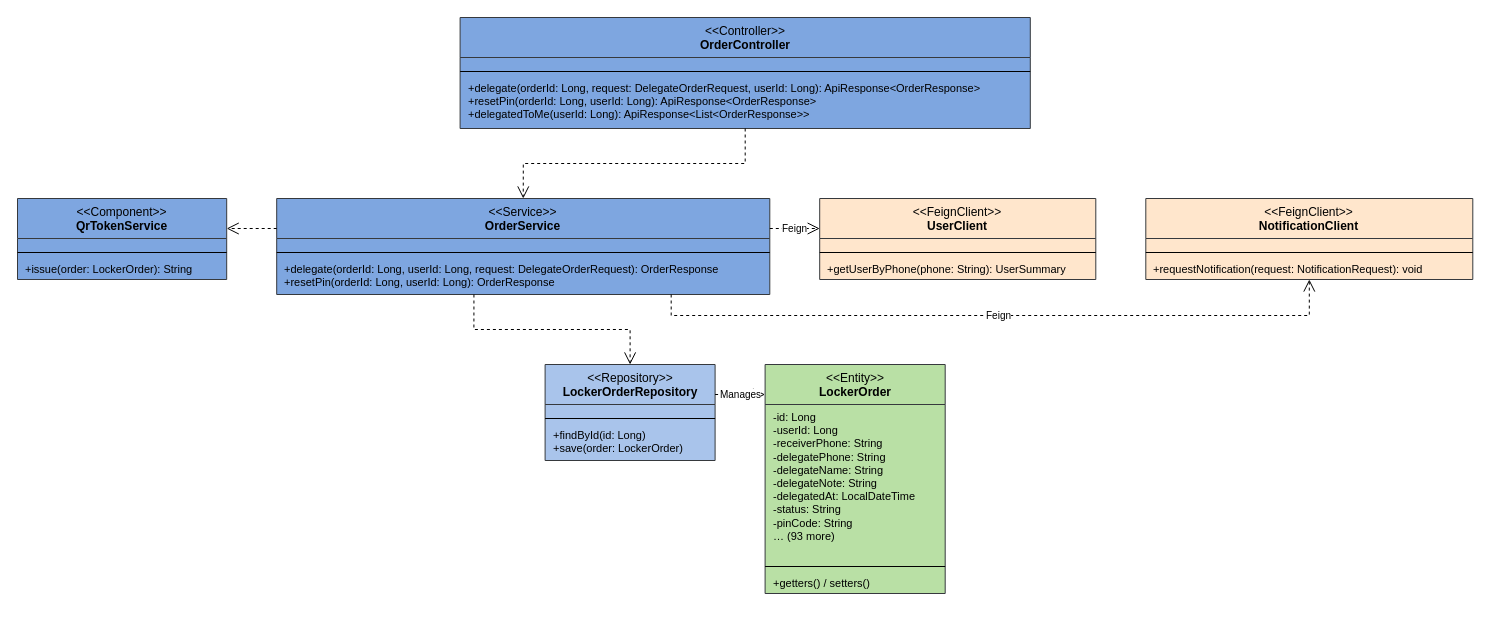
Before: rp4/sdd-assets/drawio/cls_delegate.drawio in LockR-Tech/docs, a draw.io diagram. Source tidied: cells renumbered, new cells numbered last; positions are measured from the earlier drawing's top-left corner, leaving out a move shared by most shapes. Both pictures are drawn from the tidied source at 100%, with x=0, y=0 at pixel (17, 17).
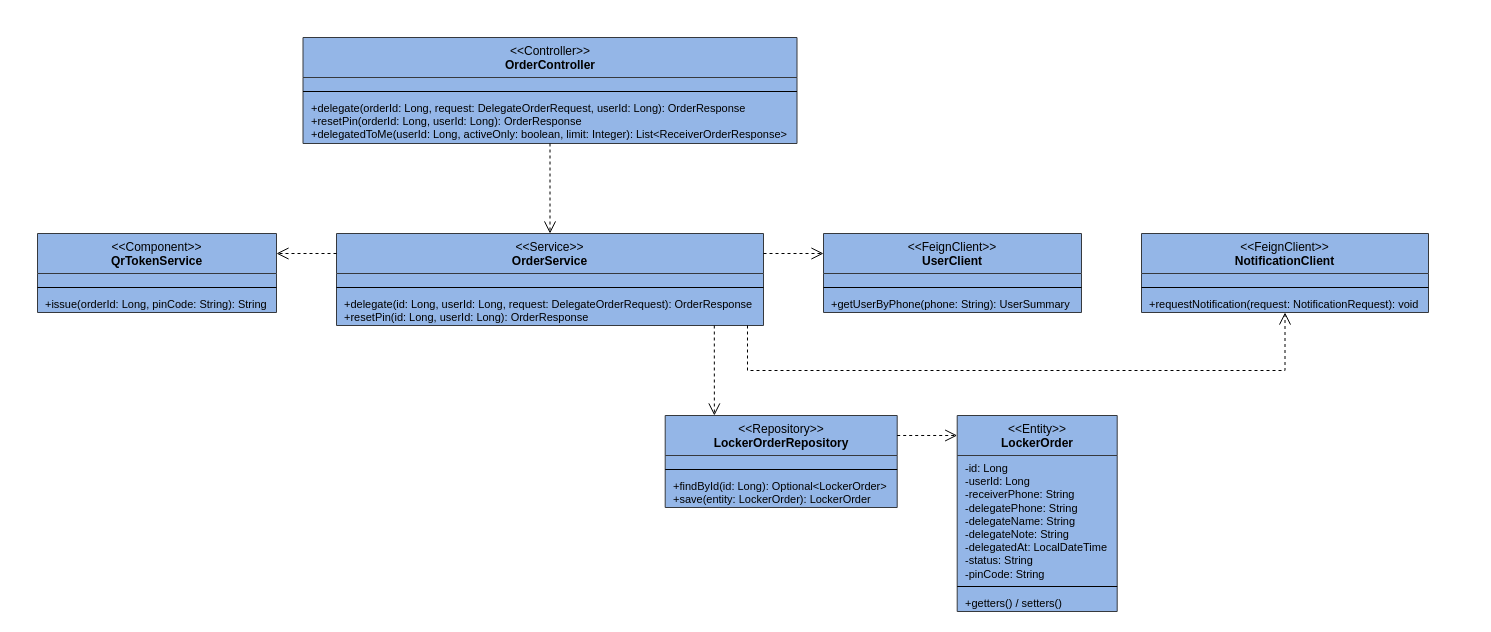
The same page after the edit.

What changed in the source:
```diff
@@
-    <mxCell id="2" value="&amp;lt;&amp;lt;Controller&amp;gt;&amp;gt;&lt;br&gt;&lt;b&gt;OrderController&lt;/b&gt;" style="swimlane;fontStyle=0;align=center;verticalAlign=top;horizontal=1;startSize=40;html=1;whiteSpace=wrap;fillColor=#7EA6E0;swimlaneFillColor=#7EA6E0;strokeColor=#36393d;fontSize=12;" parent="1" vertex="1">
-      <mxGeometry x="442.6" width="570.2" height="111" as="geometry" />
+    <mxCell id="2" value="&amp;lt;&amp;lt;Controller&amp;gt;&amp;gt;&lt;br&gt;&lt;b&gt;OrderController&lt;/b&gt;" style="swimlane;fontStyle=0;align=center;verticalAlign=top;horizontal=1;startSize=40;html=1;whiteSpace=wrap;fillColor=#94B6E7;swimlaneFillColor=#94B6E7;strokeColor=#36393d;fontSize=12;" parent="1" vertex="1">
+      <mxGeometry x="285.5" y="20" width="494" height="106" as="geometry" />
     </mxCell>
     <mxCell id="3" style="text;strokeColor=none;fillColor=none;align=left;verticalAlign=top;spacingLeft=6;spacingRight=4;overflow=hidden;html=1;whiteSpace=nowrap;fontSize=11;" parent="2" vertex="1">
-      <mxGeometry y="40" width="570.2" height="10" as="geometry" />
+      <mxGeometry y="40" width="494" height="10" as="geometry" />
     </mxCell>
     <mxCell id="4" style="line;strokeWidth=1;fillColor=none;align=left;verticalAlign=middle;spacingTop=-1;spacingLeft=3;spacingRight=3;labelPosition=right;" parent="2" vertex="1">
-      <mxGeometry y="50" width="570.2" height="8" as="geometry" />
+      <mxGeometry y="50" width="494" height="8" as="geometry" />
     </mxCell>
-    <mxCell id="5" value="+delegate(orderId: Long, request: DelegateOrderRequest, userId: Long): ApiResponse&amp;lt;OrderResponse&amp;gt;&lt;br&gt;+resetPin(orderId: Long, userId: Long): ApiResponse&amp;lt;OrderResponse&amp;gt;&lt;br&gt;+delegatedToMe(userId: Long): ApiResponse&amp;lt;List&amp;lt;OrderResponse&amp;gt;&amp;gt;" style="text;strokeColor=none;fillColor=none;align=left;verticalAlign=top;spacingLeft=6;spacingRight=4;overflow=hidden;html=1;whiteSpace=nowrap;fontSize=11;" parent="2" vertex="1">
-      <mxGeometry y="58" width="570.2" height="53" as="geometry" />
+    <mxCell id="5" value="+delegate(orderId: Long, request: DelegateOrderRequest, userId: Long): OrderResponse&lt;br&gt;+resetPin(orderId: Long, userId: Long): OrderResponse&lt;br&gt;+delegatedToMe(userId: Long, activeOnly: boolean, limit: Integer): List&amp;lt;ReceiverOrderResponse&amp;gt;" style="text;strokeColor=none;fillColor=none;align=left;verticalAlign=top;spacingLeft=6;spacingRight=4;overflow=hidden;html=1;whiteSpace=nowrap;fontSize=11;" parent="2" vertex="1">
+      <mxGeometry y="58" width="494" height="48" as="geometry" />
     </mxCell>
-    <mxCell id="6" value="&amp;lt;&amp;lt;Component&amp;gt;&amp;gt;&lt;br&gt;&lt;b&gt;QrTokenService&lt;/b&gt;" style="swimlane;fontStyle=0;align=center;verticalAlign=top;horizontal=1;startSize=40;html=1;whiteSpace=wrap;fillColor=#7EA6E0;swimlaneFillColor=#7EA6E0;strokeColor=#36393d;fontSize=12;" parent="1" vertex="1">
-      <mxGeometry y="181" width="209.2" height="81" as="geometry" />
+    <mxCell id="6" value="&amp;lt;&amp;lt;Component&amp;gt;&amp;gt;&lt;br&gt;&lt;b&gt;QrTokenService&lt;/b&gt;" style="swimlane;fontStyle=0;align=center;verticalAlign=top;horizontal=1;startSize=40;html=1;whiteSpace=wrap;fillColor=#94B6E7;swimlaneFillColor=#94B6E7;strokeColor=#36393d;fontSize=12;" parent="1" vertex="1">
+      <mxGeometry x="20" y="216" width="239" height="79" as="geometry" />
     </mxCell>
     <mxCell id="7" style="text;strokeColor=none;fillColor=none;align=left;verticalAlign=top;spacingLeft=6;spacingRight=4;overflow=hidden;html=1;whiteSpace=nowrap;fontSize=11;" parent="6" vertex="1">
-      <mxGeometry y="40" width="209.2" height="10" as="geometry" />
+      <mxGeometry y="40" width="239" height="10" as="geometry" />
     </mxCell>
     <mxCell id="8" style="line;strokeWidth=1;fillColor=none;align=left;verticalAlign=middle;spacingTop=-1;spacingLeft=3;spacingRight=3;labelPosition=right;" parent="6" vertex="1">
-      <mxGeometry y="50" width="209.2" height="8" as="geometry" />
+      <mxGeometry y="50" width="239" height="8" as="geometry" />
     </mxCell>
-    <mxCell id="9" value="+issue(order: LockerOrder): String" style="text;strokeColor=none;fillColor=none;align=left;verticalAlign=top;spacingLeft=6;spacingRight=4;overflow=hidden;html=1;whiteSpace=nowrap;fontSize=11;" parent="6" vertex="1">
-      <mxGeometry y="58" width="209.2" height="23" as="geometry" />
+    <mxCell id="9" value="+issue(orderId: Long, pinCode: String): String" style="text;strokeColor=none;fillColor=none;align=left;verticalAlign=top;spacingLeft=6;spacingRight=4;overflow=hidden;html=1;whiteSpace=nowrap;fontSize=11;" parent="6" vertex="1">
+      <mxGeometry y="58" width="239" height="21" as="geometry" />
     </mxCell>
-    <mxCell id="10" value="&amp;lt;&amp;lt;Service&amp;gt;&amp;gt;&lt;br&gt;&lt;b&gt;OrderService&lt;/b&gt;" style="swimlane;fontStyle=0;align=center;verticalAlign=top;horizontal=1;startSize=40;html=1;whiteSpace=wrap;fillColor=#7EA6E0;swimlaneFillColor=#7EA6E0;strokeColor=#36393d;fontSize=12;" parent="1" vertex="1">
-      <mxGeometry x="259.2" y="181" width="493.1" height="96" as="geometry" />
+    <mxCell id="10" value="&amp;lt;&amp;lt;Service&amp;gt;&amp;gt;&lt;br&gt;&lt;b&gt;OrderService&lt;/b&gt;" style="swimlane;fontStyle=0;align=center;verticalAlign=top;horizontal=1;startSize=40;html=1;whiteSpace=wrap;fillColor=#94B6E7;swimlaneFillColor=#94B6E7;strokeColor=#36393d;fontSize=12;" parent="1" vertex="1">
+      <mxGeometry x="319" y="216" width="427" height="92" as="geometry" />
     </mxCell>
     <mxCell id="11" style="text;strokeColor=none;fillColor=none;align=left;verticalAlign=top;spacingLeft=6;spacingRight=4;overflow=hidden;html=1;whiteSpace=nowrap;fontSize=11;" parent="10" vertex="1">
-      <mxGeometry y="40" width="493.1" height="10" as="geometry" />
+      <mxGeometry y="40" width="427" height="10" as="geometry" />
     </mxCell>
     <mxCell id="12" style="line;strokeWidth=1;fillColor=none;align=left;verticalAlign=middle;spacingTop=-1;spacingLeft=3;spacingRight=3;labelPosition=right;" parent="10" vertex="1">
-      <mxGeometry y="50" width="493.1" height="8" as="geometry" />
+      <mxGeometry y="50" width="427" height="8" as="geometry" />
     </mxCell>
-    <mxCell id="13" value="+delegate(orderId: Long, userId: Long, request: DelegateOrderRequest): OrderResponse&lt;br&gt;+resetPin(orderId: Long, userId: Long): OrderResponse" style="text;strokeColor=none;fillColor=none;align=left;verticalAlign=top;spacingLeft=6;spacingRight=4;overflow=hidden;html=1;whiteSpace=nowrap;fontSize=11;" parent="10" vertex="1">
-      <mxGeometry y="58" width="493.1" height="38" as="geometry" />
+    <mxCell id="13" value="+delegate(id: Long, userId: Long, request: DelegateOrderRequest): OrderResponse&lt;br&gt;+resetPin(id: Long, userId: Long): OrderResponse" style="text;strokeColor=none;fillColor=none;align=left;verticalAlign=top;spacingLeft=6;spacingRight=4;overflow=hidden;html=1;whiteSpace=nowrap;fontSize=11;" parent="10" vertex="1">
+      <mxGeometry y="58" width="427" height="34" as="geometry" />
     </mxCell>
-    <mxCell id="14" value="&amp;lt;&amp;lt;FeignClient&amp;gt;&amp;gt;&lt;br&gt;&lt;b&gt;UserClient&lt;/b&gt;" style="swimlane;fontStyle=0;align=center;verticalAlign=top;horizontal=1;startSize=40;html=1;whiteSpace=wrap;fillColor=#FFE6CC;swimlaneFillColor=#FFE6CC;strokeColor=#36393d;fontSize=12;" parent="1" vertex="1">
-      <mxGeometry x="802.2" y="181" width="276.1" height="81" as="geometry" />
+    <mxCell id="14" value="&amp;lt;&amp;lt;FeignClient&amp;gt;&amp;gt;&lt;br&gt;&lt;b&gt;UserClient&lt;/b&gt;" style="swimlane;fontStyle=0;align=center;verticalAlign=top;horizontal=1;startSize=40;html=1;whiteSpace=wrap;fillColor=#94B6E7;swimlaneFillColor=#94B6E7;strokeColor=#36393d;fontSize=12;" parent="1" vertex="1">
+      <mxGeometry x="806" y="216" width="258" height="79" as="geometry" />
     </mxCell>
     <mxCell id="15" style="text;strokeColor=none;fillColor=none;align=left;verticalAlign=top;spacingLeft=6;spacingRight=4;overflow=hidden;html=1;whiteSpace=nowrap;fontSize=11;" parent="14" vertex="1">
-      <mxGeometry y="40" width="276.1" height="10" as="geometry" />
+      <mxGeometry y="40" width="258" height="10" as="geometry" />
     </mxCell>
     <mxCell id="16" style="line;strokeWidth=1;fillColor=none;align=left;verticalAlign=middle;spacingTop=-1;spacingLeft=3;spacingRight=3;labelPosition=right;" parent="14" vertex="1">
-      <mxGeometry y="50" width="276.1" height="8" as="geometry" />
+      <mxGeometry y="50" width="258" height="8" as="geometry" />
     </mxCell>
     <mxCell id="17" value="+getUserByPhone(phone: String): UserSummary" style="text;strokeColor=none;fillColor=none;align=left;verticalAlign=top;spacingLeft=6;spacingRight=4;overflow=hidden;html=1;whiteSpace=nowrap;fontSize=11;" parent="14" vertex="1">
-      <mxGeometry y="58" width="276.1" height="23" as="geometry" />
+      <mxGeometry y="58" width="258" height="21" as="geometry" />
     </mxCell>
-    <mxCell id="18" value="&amp;lt;&amp;lt;FeignClient&amp;gt;&amp;gt;&lt;br&gt;&lt;b&gt;NotificationClient&lt;/b&gt;" style="swimlane;fontStyle=0;align=center;verticalAlign=top;horizontal=1;startSize=40;html=1;whiteSpace=wrap;fillColor=#FFE6CC;swimlaneFillColor=#FFE6CC;strokeColor=#36393d;fontSize=12;" parent="1" vertex="1">
-      <mxGeometry x="1128.3" y="181" width="327" height="81" as="geometry" />
+    <mxCell id="18" value="&amp;lt;&amp;lt;FeignClient&amp;gt;&amp;gt;&lt;br&gt;&lt;b&gt;NotificationClient&lt;/b&gt;" style="swimlane;fontStyle=0;align=center;verticalAlign=top;horizontal=1;startSize=40;html=1;whiteSpace=wrap;fillColor=#94B6E7;swimlaneFillColor=#94B6E7;strokeColor=#36393d;fontSize=12;" parent="1" vertex="1">
+      <mxGeometry x="1124" y="216" width="287" height="79" as="geometry" />
     </mxCell>
     <mxCell id="19" style="text;strokeColor=none;fillColor=none;align=left;verticalAlign=top;spacingLeft=6;spacingRight=4;overflow=hidden;html=1;whiteSpace=nowrap;fontSize=11;" parent="18" vertex="1">
-      <mxGeometry y="40" width="327" height="10" as="geometry" />
+      <mxGeometry y="40" width="287" height="10" as="geometry" />
     </mxCell>
     <mxCell id="20" style="line;strokeWidth=1;fillColor=none;align=left;verticalAlign=middle;spacingTop=-1;spacingLeft=3;spacingRight=3;labelPosition=right;" parent="18" vertex="1">
-      <mxGeometry y="50" width="327" height="8" as="geometry" />
+      <mxGeometry y="50" width="287" height="8" as="geometry" />
     </mxCell>
     <mxCell id="21" value="+requestNotification(request: NotificationRequest): void" style="text;strokeColor=none;fillColor=none;align=left;verticalAlign=top;spacingLeft=6;spacingRight=4;overflow=hidden;html=1;whiteSpace=nowrap;fontSize=11;" parent="18" vertex="1">
-      <mxGeometry y="58" width="327" height="23" as="geometry" />
+      <mxGeometry y="58" width="287" height="21" as="geometry" />
     </mxCell>
-    <mxCell id="22" value="&amp;lt;&amp;lt;Repository&amp;gt;&amp;gt;&lt;br&gt;&lt;b&gt;LockerOrderRepository&lt;/b&gt;" style="swimlane;fontStyle=0;align=center;verticalAlign=top;horizontal=1;startSize=40;html=1;whiteSpace=wrap;fillColor=#A9C4EB;swimlaneFillColor=#A9C4EB;strokeColor=#36393d;fontSize=12;" parent="1" vertex="1">
-      <mxGeometry x="527.6" y="347" width="170" height="96" as="geometry" />
+    <mxCell id="22" value="&amp;lt;&amp;lt;Repository&amp;gt;&amp;gt;&lt;br&gt;&lt;b&gt;LockerOrderRepository&lt;/b&gt;" style="swimlane;fontStyle=0;align=center;verticalAlign=top;horizontal=1;startSize=40;html=1;whiteSpace=wrap;fillColor=#94B6E7;swimlaneFillColor=#94B6E7;strokeColor=#36393d;fontSize=12;" parent="1" vertex="1">
+      <mxGeometry x="647.7" y="398" width="232" height="92" as="geometry" />
     </mxCell>
     <mxCell id="23" style="text;strokeColor=none;fillColor=none;align=left;verticalAlign=top;spacingLeft=6;spacingRight=4;overflow=hidden;html=1;whiteSpace=nowrap;fontSize=11;" parent="22" vertex="1">
-      <mxGeometry y="40" width="170" height="10" as="geometry" />
+      <mxGeometry y="40" width="232" height="10" as="geometry" />
     </mxCell>
     <mxCell id="24" style="line;strokeWidth=1;fillColor=none;align=left;verticalAlign=middle;spacingTop=-1;spacingLeft=3;spacingRight=3;labelPosition=right;" parent="22" vertex="1">
-      <mxGeometry y="50" width="170" height="8" as="geometry" />
+      <mxGeometry y="50" width="232" height="8" as="geometry" />
     </mxCell>
-    <mxCell id="25" value="+findById(id: Long)&lt;br&gt;+save(order: LockerOrder)" style="text;strokeColor=none;fillColor=none;align=left;verticalAlign=top;spacingLeft=6;spacingRight=4;overflow=hidden;html=1;whiteSpace=nowrap;fontSize=11;" parent="22" vertex="1">
-      <mxGeometry y="58" width="170" height="38" as="geometry" />
+    <mxCell id="25" value="+findById(id: Long): Optional&amp;lt;LockerOrder&amp;gt;&lt;br&gt;+save(entity: LockerOrder): LockerOrder" style="text;strokeColor=none;fillColor=none;align=left;verticalAlign=top;spacingLeft=6;spacingRight=4;overflow=hidden;html=1;whiteSpace=nowrap;fontSize=11;" parent="22" vertex="1">
+      <mxGeometry y="58" width="232" height="34" as="geometry" />
     </mxCell>
-    <mxCell id="26" value="&amp;lt;&amp;lt;Entity&amp;gt;&amp;gt;&lt;br&gt;&lt;b&gt;LockerOrder&lt;/b&gt;" style="swimlane;fontStyle=0;align=center;verticalAlign=top;horizontal=1;startSize=40;html=1;whiteSpace=wrap;fillColor=#B9E0A5;swimlaneFillColor=#B9E0A5;strokeColor=#36393d;fontSize=12;" parent="1" vertex="1">
-      <mxGeometry x="747.6" y="347" width="180.1" height="229" as="geometry" />
+    <mxCell id="26" value="&amp;lt;&amp;lt;Entity&amp;gt;&amp;gt;&lt;br&gt;&lt;b&gt;LockerOrder&lt;/b&gt;" style="swimlane;fontStyle=0;align=center;verticalAlign=top;horizontal=1;startSize=40;html=1;whiteSpace=wrap;fillColor=#94B6E7;swimlaneFillColor=#94B6E7;strokeColor=#36393d;fontSize=12;" parent="1" vertex="1">
+      <mxGeometry x="939.7" y="398" width="160" height="196" as="geometry" />
     </mxCell>
-    <mxCell id="27" value="-id: Long&lt;br&gt;-userId: Long&lt;br&gt;-receiverPhone: String&lt;br&gt;-delegatePhone: String&lt;br&gt;-delegateName: String&lt;br&gt;-delegateNote: String&lt;br&gt;-delegatedAt: LocalDateTime&lt;br&gt;-status: String&lt;br&gt;-pinCode: String&lt;br&gt;… (93 more)" style="text;strokeColor=none;fillColor=none;align=left;verticalAlign=top;spacingLeft=6;spacingRight=4;overflow=hidden;html=1;whiteSpace=nowrap;fontSize=11;" parent="26" vertex="1">
-      <mxGeometry y="40" width="180.1" height="158" as="geometry" />
+    <mxCell id="27" value="-id: Long&lt;br&gt;-userId: Long&lt;br&gt;-receiverPhone: String&lt;br&gt;-delegatePhone: String&lt;br&gt;-delegateName: String&lt;br&gt;-delegateNote: String&lt;br&gt;-delegatedAt: LocalDateTime&lt;br&gt;-status: String&lt;br&gt;-pinCode: String" style="text;strokeColor=none;fillColor=none;align=left;verticalAlign=top;spacingLeft=6;spacingRight=4;overflow=hidden;html=1;whiteSpace=nowrap;fontSize=11;" parent="26" vertex="1">
+      <mxGeometry y="40" width="160" height="127" as="geometry" />
     </mxCell>
     <mxCell id="28" style="line;strokeWidth=1;fillColor=none;align=left;verticalAlign=middle;spacingTop=-1;spacingLeft=3;spacingRight=3;labelPosition=right;" parent="26" vertex="1">
-      <mxGeometry y="198" width="180.1" height="8" as="geometry" />
+      <mxGeometry y="167" width="160" height="8" as="geometry" />
     </mxCell>
     <mxCell id="29" value="+getters() / setters()" style="text;strokeColor=none;fillColor=none;align=left;verticalAlign=top;spacingLeft=6;spacingRight=4;overflow=hidden;html=1;whiteSpace=nowrap;fontSize=11;" parent="26" vertex="1">
-      <mxGeometry y="206" width="180.1" height="23" as="geometry" />
+      <mxGeometry y="175" width="160" height="21" as="geometry" />
     </mxCell>
-    <mxCell id="30" style="edgeStyle=orthogonalEdgeStyle;rounded=0;html=1;dashed=1;endArrow=open;endSize=10;fontSize=10;labelBackgroundColor=#ffffff;exitX=0.500;exitY=1;exitDx=0;exitDy=0;entryX=0.500;entryY=0;entryDx=0;entryDy=0;" parent="1" edge="1" source="2" target="10">
-      <mxGeometry relative="1" as="geometry">
-        <Array as="points">
-          <mxPoint x="727.6" y="146" />
-          <mxPoint x="505.7" y="146" />
-        </Array>
-      </mxGeometry>
+    <mxCell id="30" style="edgeStyle=none;rounded=0;html=1;fontSize=10;labelBackgroundColor=#ffffff;strokeColor=#000000;dashed=1;endArrow=open;endSize=10;exitX=1.0000;exitY=0.2174;exitDx=0;exitDy=0;exitPerimeter=0;entryX=0.0000;entryY=0.1020;entryDx=0;entryDy=0;entryPerimeter=0;" parent="1" edge="1" source="22" target="26">
+      <mxGeometry relative="1" as="geometry" />
     </mxCell>
-    <mxCell id="31" style="edgeStyle=orthogonalEdgeStyle;rounded=0;html=1;dashed=1;endArrow=open;endSize=10;fontSize=10;labelBackgroundColor=#ffffff;exitX=0;exitY=0.3125;exitDx=0;exitDy=0;entryX=1;entryY=0.3704;entryDx=0;entryDy=0;" parent="1" edge="1" source="10" target="6">
+    <mxCell id="31" style="edgeStyle=none;rounded=0;html=1;fontSize=10;labelBackgroundColor=#ffffff;strokeColor=#000000;dashed=1;endArrow=open;endSize=10;exitX=0.0000;exitY=0.2174;exitDx=0;exitDy=0;exitPerimeter=0;entryX=1.0000;entryY=0.2532;entryDx=0;entryDy=0;entryPerimeter=0;" parent="1" edge="1" source="10" target="6">
       <mxGeometry relative="1" as="geometry" />
     </mxCell>
-    <mxCell id="32" value="Feign" style="edgeStyle=orthogonalEdgeStyle;rounded=0;html=1;dashed=1;endArrow=open;endSize=10;fontSize=10;labelBackgroundColor=#ffffff;exitX=1;exitY=0.3125;exitDx=0;exitDy=0;entryX=0;entryY=0.3704;entryDx=0;entryDy=0;" parent="1" edge="1" source="10" target="14">
+    <mxCell id="32" style="edgeStyle=none;rounded=0;html=1;fontSize=10;labelBackgroundColor=#ffffff;strokeColor=#000000;dashed=1;endArrow=open;endSize=10;exitX=1.0000;exitY=0.2174;exitDx=0;exitDy=0;exitPerimeter=0;entryX=0.0000;entryY=0.2532;entryDx=0;entryDy=0;entryPerimeter=0;" parent="1" edge="1" source="10" target="14">
       <mxGeometry relative="1" as="geometry" />
     </mxCell>
-    <mxCell id="33" value="Feign" style="edgeStyle=orthogonalEdgeStyle;rounded=0;html=1;dashed=1;endArrow=open;endSize=10;fontSize=10;labelBackgroundColor=#ffffff;exitX=0.800;exitY=1;exitDx=0;exitDy=0;entryX=0.500;entryY=1;entryDx=0;entryDy=0;" parent="1" edge="1" source="10" target="18">
+    <mxCell id="33" style="edgeStyle=none;rounded=0;html=1;fontSize=10;labelBackgroundColor=#ffffff;strokeColor=#000000;dashed=1;endArrow=open;endSize=10;exitX=0.9625;exitY=1.0000;exitDx=0;exitDy=0;exitPerimeter=0;entryX=0.5000;entryY=1.0000;entryDx=0;entryDy=0;entryPerimeter=0;" parent="1" edge="1" source="10" target="18">
       <mxGeometry relative="1" as="geometry">
         <Array as="points">
-          <mxPoint x="653.6" y="298" />
-          <mxPoint x="1291.8" y="298" />
+          <mxPoint x="730" y="353" />
+          <mxPoint x="1267.5" y="353" />
         </Array>
       </mxGeometry>
     </mxCell>
-    <mxCell id="34" style="edgeStyle=orthogonalEdgeStyle;rounded=0;html=1;dashed=1;endArrow=open;endSize=10;fontSize=10;labelBackgroundColor=#ffffff;exitX=0.400;exitY=1;exitDx=0;exitDy=0;entryX=0.500;entryY=0;entryDx=0;entryDy=0;" parent="1" edge="1" source="10" target="22">
-      <mxGeometry relative="1" as="geometry">
-        <Array as="points">
-          <mxPoint x="456.4" y="312" />
-          <mxPoint x="612.6" y="312" />
-        </Array>
-      </mxGeometry>
+    <mxCell id="34" style="edgeStyle=none;rounded=0;html=1;fontSize=10;labelBackgroundColor=#ffffff;strokeColor=#000000;dashed=1;endArrow=open;endSize=10;exitX=0.5000;exitY=1.0000;exitDx=0;exitDy=0;exitPerimeter=0;entryX=0.5000;entryY=0.0000;entryDx=0;entryDy=0;entryPerimeter=0;" parent="1" edge="1" source="2" target="10">
+      <mxGeometry relative="1" as="geometry" />
     </mxCell>
-    <mxCell id="35" value="Manages" style="edgeStyle=orthogonalEdgeStyle;rounded=0;html=1;dashed=1;endArrow=open;endSize=10;fontSize=10;labelBackgroundColor=#ffffff;exitX=1;exitY=0.3125;exitDx=0;exitDy=0;entryX=0;entryY=0.1310;entryDx=0;entryDy=0;" parent="1" edge="1" source="22" target="26">
+    <mxCell id="35" style="edgeStyle=none;rounded=0;html=1;fontSize=10;labelBackgroundColor=#ffffff;strokeColor=#000000;dashed=1;endArrow=open;endSize=10;exitX=0.8848;exitY=1.0000;exitDx=0;exitDy=0;exitPerimeter=0;entryX=0.2119;entryY=0.0000;entryDx=0;entryDy=0;entryPerimeter=0;" parent="1" edge="1" source="10" target="22">
       <mxGeometry relative="1" as="geometry" />
     </mxCell>
```
